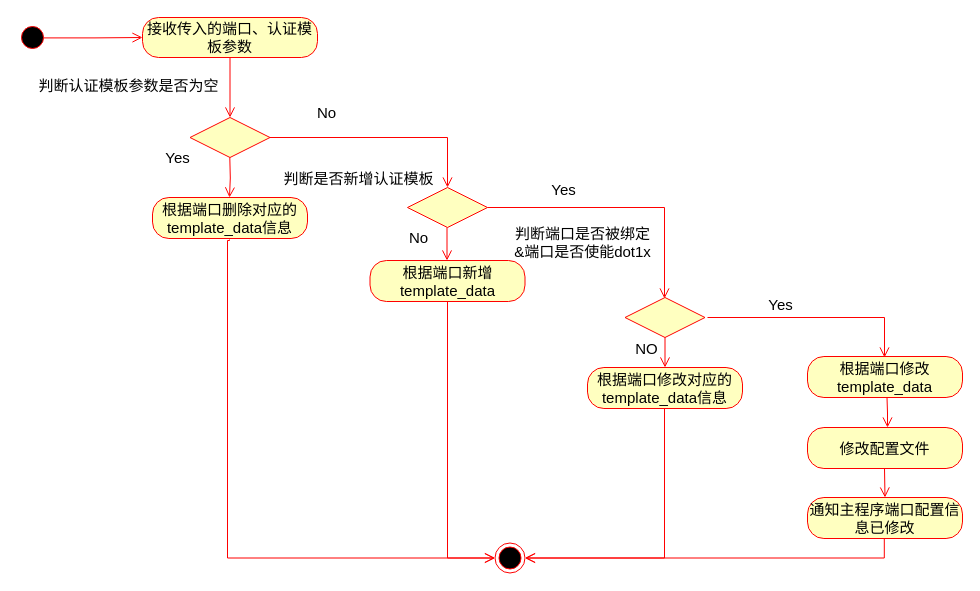
Before: 数据同步模块启动活动图.drawio in PATORITU/PATORITU, a draw.io diagram. Source tidied: cells renumbered, new cells numbered last; positions are measured from the earlier drawing's top-left corner, leaving out a move shared by most shapes. Both pictures are drawn from the tidied source at 100%, with x=0, y=0 at pixel (17, 17).
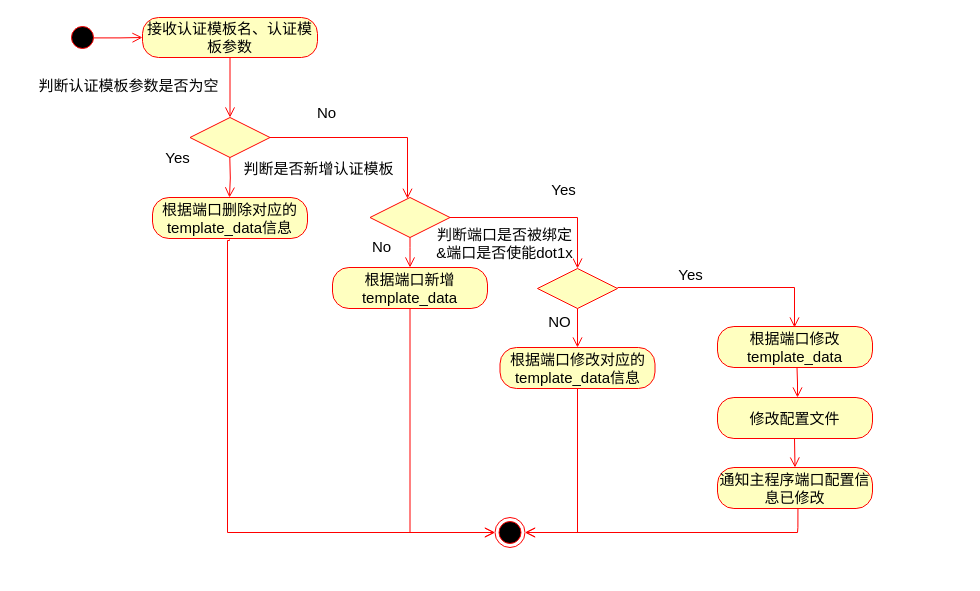
The same page after the edit.

Commit message (it also covers changes not shown here):
更新数据同步模块启动活动图.drawio

Unchanged cells that the change refers to:
```xml
<mxCell id="8" style="rhombus;whiteSpace=wrap;html=1;fontColor=#000000;fillColor=#ffffc0;strokeColor=#ff0000;fontSize=15;" parent="1" vertex="1">
  <mxGeometry x="172.5" y="100" width="80" height="40" as="geometry" />
</mxCell>
```

The edit, as a diff of the source:
```diff
@@
     <mxCell id="2" style="ellipse;html=1;shape=startState;fillColor=#000000;strokeColor=#ff0000;fontSize=15;" parent="1" vertex="1">
-      <mxGeometry y="5" width="30" height="30" as="geometry" />
+      <mxGeometry x="50" y="5" width="30" height="30" as="geometry" />
     </mxCell>
@@
-    <mxCell id="4" value="接收传入的端口、认证模板参数" style="rounded=1;whiteSpace=wrap;html=1;arcSize=40;fontColor=#000000;fillColor=#ffffc0;strokeColor=#ff0000;fontSize=15;" parent="1" vertex="1">
+    <mxCell id="4" value="接收认证模板名、认证模板参数" style="rounded=1;whiteSpace=wrap;html=1;arcSize=40;fontColor=#000000;fillColor=#ffffc0;strokeColor=#ff0000;fontSize=15;" parent="1" vertex="1">
       <mxGeometry x="125" width="175" height="40" as="geometry" />
     </mxCell>
@@
     <mxCell id="7" style="edgeStyle=orthogonalEdgeStyle;html=1;verticalAlign=bottom;endArrow=open;endSize=8;strokeColor=#ff0000;rounded=0;exitX=0.5;exitY=1;exitDx=0;exitDy=0;entryX=0;entryY=0.5;entryDx=0;entryDy=0;fontSize=15;" parent="1" edge="1" target="12">
       <mxGeometry relative="1" as="geometry">
         <mxPoint x="212" y="222" as="sourcePoint" />
         <Array as="points">
           <mxPoint x="212" y="223" />
           <mxPoint x="210" y="223" />
-          <mxPoint x="210" y="541" />
+          <mxPoint x="210" y="515" />
         </Array>
       </mxGeometry>
     </mxCell>
@@
     <mxCell id="12" style="ellipse;html=1;shape=endState;fillColor=#000000;strokeColor=#ff0000;fontSize=15;" parent="1" vertex="1">
-      <mxGeometry x="477.5" y="525.5" width="30" height="30" as="geometry" />
+      <mxGeometry x="477.5" y="500" width="30" height="30" as="geometry" />
     </mxCell>
     <mxCell id="13" style="rhombus;whiteSpace=wrap;html=1;fontColor=#000000;fillColor=#ffffc0;strokeColor=#ff0000;fontSize=15;" parent="1" vertex="1">
-      <mxGeometry x="390" y="170" width="80" height="40" as="geometry" />
+      <mxGeometry x="352.5" y="180" width="80" height="40" as="geometry" />
     </mxCell>
     <mxCell id="14" style="edgeStyle=orthogonalEdgeStyle;html=1;verticalAlign=bottom;endArrow=open;endSize=8;strokeColor=#ff0000;rounded=0;exitX=1;exitY=0.5;exitDx=0;exitDy=0;fontSize=15;" parent="1" edge="1" source="8" target="13">
       <mxGeometry relative="1" as="geometry">
         <Array as="points">
-          <mxPoint x="430" y="120" />
+          <mxPoint x="390" y="120" />
         </Array>
       </mxGeometry>
     </mxCell>
@@
     <mxCell id="16" value="判断是否新增认证模板" style="edgeLabel;html=1;align=center;verticalAlign=middle;fontSize=15;" parent="1" vertex="1">
-      <mxGeometry x="340" y="160" as="geometry" />
+      <mxGeometry x="300" y="150" as="geometry" />
     </mxCell>
-    <mxCell id="17" style="edgeStyle=orthogonalEdgeStyle;html=1;verticalAlign=bottom;endArrow=open;endSize=8;strokeColor=#ff0000;rounded=0;exitX=1;exitY=0.5;exitDx=0;exitDy=0;fontSize=15;" parent="1" edge="1">
+    <mxCell id="17" style="edgeStyle=orthogonalEdgeStyle;html=1;verticalAlign=bottom;endArrow=open;endSize=8;strokeColor=#ff0000;rounded=0;exitX=1;exitY=0.5;exitDx=0;exitDy=0;fontSize=15;entryX=0.5;entryY=0;entryDx=0;entryDy=0;" parent="1" edge="1" target="18">
       <mxGeometry relative="1" as="geometry">
-        <mxPoint x="470" y="190" as="sourcePoint" />
-        <mxPoint x="647" y="281" as="targetPoint" />
+        <mxPoint x="432.5" y="200" as="sourcePoint" />
         <Array as="points">
-          <mxPoint x="647" y="190" />
+          <mxPoint x="560" y="200" />
         </Array>
       </mxGeometry>
     </mxCell>
     <mxCell id="18" style="rhombus;whiteSpace=wrap;html=1;fontColor=#000000;fillColor=#ffffc0;strokeColor=#ff0000;fontSize=15;" parent="1" vertex="1">
-      <mxGeometry x="607.5" y="280" width="80" height="40" as="geometry" />
+      <mxGeometry x="520" y="251" width="80" height="40" as="geometry" />
     </mxCell>
@@
     <mxCell id="20" value="判断端口是否被绑定&lt;br style=&quot;font-size: 15px;&quot;&gt;&amp;amp;端口是否使能dot1x" style="edgeLabel;html=1;align=center;verticalAlign=middle;fontSize=15;" parent="1" vertex="1">
-      <mxGeometry x="570" y="220" as="geometry">
+      <mxGeometry x="492.5" y="221" as="geometry">
         <mxPoint x="-6" y="4" as="offset" />
       </mxGeometry>
     </mxCell>
     <mxCell id="21" style="edgeStyle=orthogonalEdgeStyle;html=1;verticalAlign=bottom;endArrow=open;endSize=8;strokeColor=#ff0000;rounded=0;exitX=1;exitY=0.5;exitDx=0;exitDy=0;fontSize=15;" parent="1" edge="1">
       <mxGeometry relative="1" as="geometry">
-        <mxPoint x="690" y="300" as="sourcePoint" />
-        <mxPoint x="867" y="340" as="targetPoint" />
+        <mxPoint x="600" y="270" as="sourcePoint" />
+        <mxPoint x="777" y="310" as="targetPoint" />
         <Array as="points">
-          <mxPoint x="867" y="300" />
+          <mxPoint x="777" y="270" />
         </Array>
       </mxGeometry>
     </mxCell>
     <mxCell id="22" value="根据端口修改template_data" style="rounded=1;whiteSpace=wrap;html=1;arcSize=40;fontColor=#000000;fillColor=#ffffc0;strokeColor=#ff0000;fontSize=15;" parent="1" vertex="1">
-      <mxGeometry x="790" y="339" width="155" height="41" as="geometry" />
+      <mxGeometry x="700" y="309" width="155" height="41" as="geometry" />
     </mxCell>
     <mxCell id="23" value="根据端口修改对应的template_data信息" style="rounded=1;whiteSpace=wrap;html=1;arcSize=40;fontColor=#000000;fillColor=#ffffc0;strokeColor=#ff0000;fontSize=15;" parent="1" vertex="1">
-      <mxGeometry x="570" y="350" width="155" height="41" as="geometry" />
+      <mxGeometry x="482.5" y="330" width="155" height="41" as="geometry" />
     </mxCell>
@@
     <mxCell id="26" value="Yes" style="edgeLabel;html=1;align=center;verticalAlign=middle;fontSize=15;" parent="1" vertex="1">
-      <mxGeometry x="760" y="220" as="geometry">
+      <mxGeometry x="670" y="190" as="geometry">
         <mxPoint x="2" y="66" as="offset" />
       </mxGeometry>
     </mxCell>
     <mxCell id="27" value="修改配置文件" style="rounded=1;whiteSpace=wrap;html=1;arcSize=40;fontColor=#000000;fillColor=#ffffc0;strokeColor=#ff0000;fontSize=15;" parent="1" vertex="1">
-      <mxGeometry x="790" y="410" width="155" height="41" as="geometry" />
+      <mxGeometry x="700" y="380" width="155" height="41" as="geometry" />
     </mxCell>
     <mxCell id="28" style="edgeStyle=orthogonalEdgeStyle;html=1;verticalAlign=bottom;endArrow=open;endSize=8;strokeColor=#ff0000;rounded=0;exitX=0.5;exitY=1;exitDx=0;exitDy=0;fontSize=15;" parent="1" edge="1">
       <mxGeometry relative="1" as="geometry">
-        <mxPoint x="869.5" y="380" as="sourcePoint" />
-        <mxPoint x="870" y="410" as="targetPoint" />
+        <mxPoint x="779.5" y="350" as="sourcePoint" />
+        <mxPoint x="780" y="380" as="targetPoint" />
       </mxGeometry>
     </mxCell>
     <mxCell id="29" value="通知主程序端口配置信息已修改" style="rounded=1;whiteSpace=wrap;html=1;arcSize=40;fontColor=#000000;fillColor=#ffffc0;strokeColor=#ff0000;fontSize=15;" parent="1" vertex="1">
-      <mxGeometry x="790" y="480" width="155" height="41" as="geometry" />
+      <mxGeometry x="700" y="450" width="155" height="41" as="geometry" />
     </mxCell>
-    <mxCell id="30" style="edgeStyle=orthogonalEdgeStyle;html=1;verticalAlign=bottom;endArrow=open;endSize=8;strokeColor=#ff0000;rounded=0;exitX=0.5;exitY=1;exitDx=0;exitDy=0;fontSize=15;" parent="1" edge="1" target="32">
+    <mxCell id="30" style="edgeStyle=orthogonalEdgeStyle;html=1;verticalAlign=bottom;endArrow=open;endSize=8;strokeColor=#ff0000;rounded=0;exitX=0.5;exitY=1;exitDx=0;exitDy=0;fontSize=15;" parent="1" edge="1" source="13" target="32">
       <mxGeometry relative="1" as="geometry">
-        <mxPoint x="429.5" y="210" as="sourcePoint" />
+        <Array as="points">
+          <mxPoint x="393" y="230" />
+          <mxPoint x="393" y="230" />
+        </Array>
       </mxGeometry>
     </mxCell>
@@
     <mxCell id="32" value="根据端口新增template_data" style="rounded=1;whiteSpace=wrap;html=1;arcSize=40;fontColor=#000000;fillColor=#ffffc0;strokeColor=#ff0000;fontSize=15;" parent="1" vertex="1">
-      <mxGeometry x="352.5" y="243" width="155" height="41" as="geometry" />
+      <mxGeometry x="315" y="250" width="155" height="41" as="geometry" />
     </mxCell>
     <mxCell id="33" style="edgeStyle=orthogonalEdgeStyle;html=1;verticalAlign=bottom;endArrow=open;endSize=8;strokeColor=#ff0000;rounded=0;exitX=0.5;exitY=1;exitDx=0;exitDy=0;fontSize=15;entryX=0.5;entryY=0;entryDx=0;entryDy=0;" parent="1" edge="1" target="29">
       <mxGeometry relative="1" as="geometry">
-        <mxPoint x="867" y="451" as="sourcePoint" />
+        <mxPoint x="777" y="421" as="sourcePoint" />
       </mxGeometry>
     </mxCell>
     <mxCell id="34" style="edgeStyle=orthogonalEdgeStyle;html=1;verticalAlign=bottom;endArrow=open;endSize=8;strokeColor=#ff0000;rounded=0;exitX=0.5;exitY=1;exitDx=0;exitDy=0;fontSize=15;entryX=0;entryY=0.5;entryDx=0;entryDy=0;" parent="1" edge="1" source="32" target="12">
       <mxGeometry relative="1" as="geometry">
         <Array as="points">
-          <mxPoint x="430" y="541" />
+          <mxPoint x="392" y="515" />
         </Array>
       </mxGeometry>
     </mxCell>
-    <mxCell id="35" style="edgeStyle=orthogonalEdgeStyle;html=1;verticalAlign=bottom;endArrow=open;endSize=8;strokeColor=#ff0000;rounded=0;exitX=0.5;exitY=1;exitDx=0;exitDy=0;fontSize=15;entryX=1;entryY=0.5;entryDx=0;entryDy=0;" parent="1" edge="1" target="12">
+    <mxCell id="35" style="edgeStyle=orthogonalEdgeStyle;html=1;verticalAlign=bottom;endArrow=open;endSize=8;strokeColor=#ff0000;rounded=0;exitX=0.5;exitY=1;exitDx=0;exitDy=0;fontSize=15;entryX=1;entryY=0.5;entryDx=0;entryDy=0;" parent="1" edge="1" source="23" target="12">
       <mxGeometry relative="1" as="geometry">
-        <mxPoint x="647" y="391" as="sourcePoint" />
         <Array as="points">
-          <mxPoint x="647" y="541" />
+          <mxPoint x="560" y="515" />
         </Array>
       </mxGeometry>
     </mxCell>
-    <mxCell id="36" style="edgeStyle=orthogonalEdgeStyle;html=1;verticalAlign=bottom;endArrow=open;endSize=8;strokeColor=#ff0000;rounded=0;exitX=0.5;exitY=1;exitDx=0;exitDy=0;fontSize=15;entryX=1;entryY=0.5;entryDx=0;entryDy=0;" parent="1" edge="1" target="12">
+    <mxCell id="36" style="edgeStyle=orthogonalEdgeStyle;html=1;verticalAlign=bottom;endArrow=open;endSize=8;strokeColor=#ff0000;rounded=0;exitX=0.519;exitY=0.994;exitDx=0;exitDy=0;fontSize=15;entryX=1;entryY=0.5;entryDx=0;entryDy=0;exitPerimeter=0;" parent="1" edge="1" source="29" target="12">
       <mxGeometry relative="1" as="geometry">
-        <mxPoint x="866.8" y="521" as="sourcePoint" />
         <Array as="points">
-          <mxPoint x="867" y="540" />
+          <mxPoint x="781" y="510" />
+          <mxPoint x="780" y="510" />
+          <mxPoint x="780" y="515" />
         </Array>
       </mxGeometry>
     </mxCell>
```
